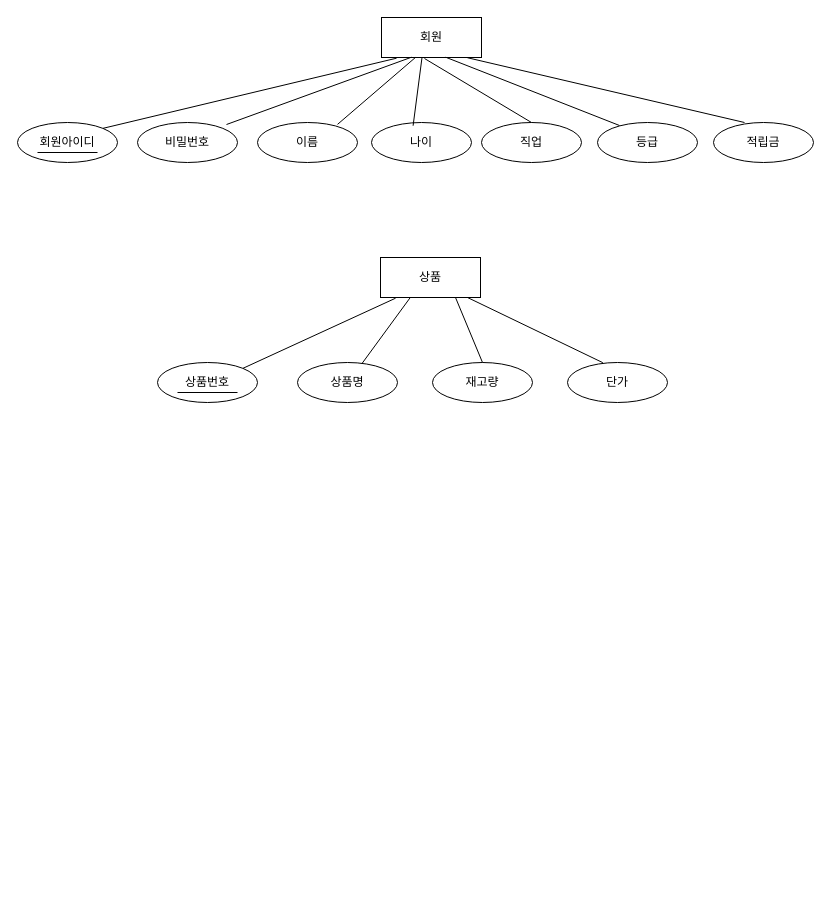
This is 10주차_ER Diagram/DB_1029.drawio from psy0635-ctrl/DB_2026-2, a draw.io file, before an edit. Source tidied: cells renumbered, new cells numbered last; positions are measured from the earlier drawing's top-left corner, leaving out a move shared by most shapes. Both pictures are drawn from the tidied source at 100%, with x=0, y=0 at pixel (17, 17).
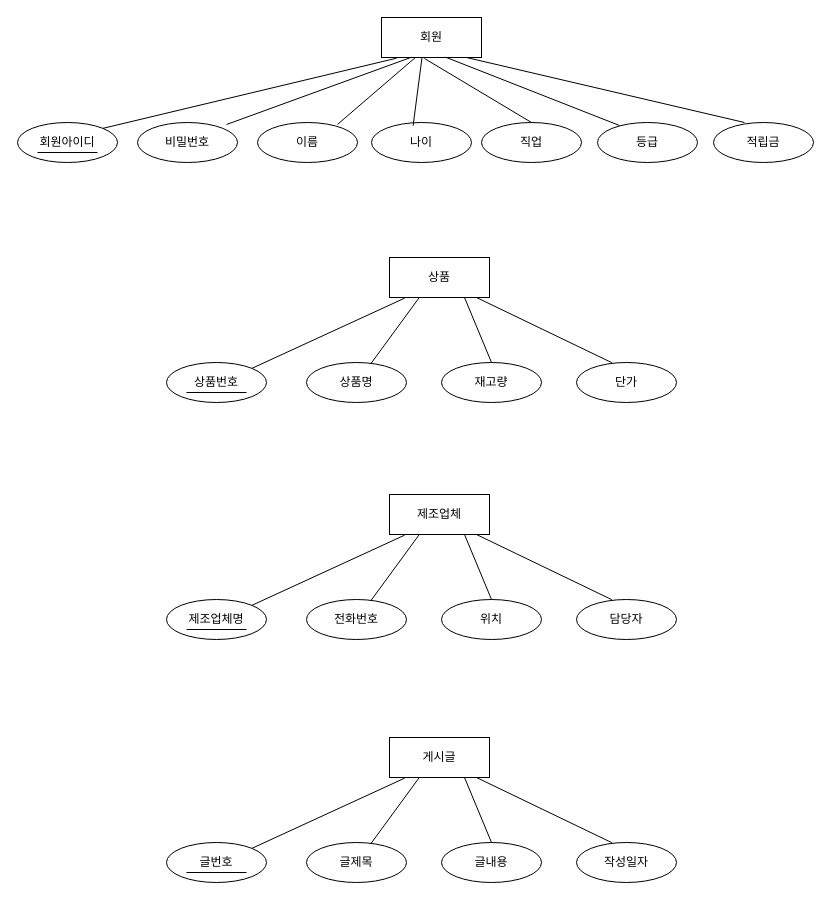
Above is the later version.

The change refers to these unchanged cells:
```xml
<mxCell id="3" value="회원" style="whiteSpace=wrap;html=1;align=center;" parent="1" vertex="1">
  <mxGeometry x="364" width="100" height="40" as="geometry" />
</mxCell>
<mxCell id="6" value="나이" style="ellipse;whiteSpace=wrap;html=1;align=center;" parent="1" vertex="1">
  <mxGeometry x="354" y="105" width="100" height="40" as="geometry" />
</mxCell>
```

The edit, as a diff of the source:
```diff
@@
-    <mxCell id="9" style="endArrow=none;html=1;rounded=0;fontFamily=Helvetica;fontSize=12;fontColor=default;defaultLabelBackgroundColor=page;exitX=0.416;exitY=0.081;exitDx=0;exitDy=0;exitPerimeter=0;" parent="1" edge="1" source="6">
-      <mxGeometry relative="1" as="geometry">
-        <mxPoint x="404.5" y="40" as="targetPoint" />
-      </mxGeometry>
-    </mxCell>
-    <mxCell id="10" style="endArrow=none;html=1;rounded=0;fontFamily=Helvetica;fontSize=12;fontColor=default;defaultLabelBackgroundColor=page;entryX=0.25;entryY=1;entryDx=0;entryDy=0;" parent="1" edge="1">
-      <mxGeometry relative="1" as="geometry">
-        <mxPoint x="320" y="106.9" as="sourcePoint" />
-        <mxPoint x="397.9" y="40" as="targetPoint" />
-      </mxGeometry>
-    </mxCell>
-    <mxCell id="11" style="endArrow=none;html=1;rounded=0;fontFamily=Helvetica;fontSize=12;fontColor=default;defaultLabelBackgroundColor=page;exitX=0.74;exitY=0.051;exitDx=0;exitDy=0;exitPerimeter=0;entryX=0.3;entryY=0.993;entryDx=0;entryDy=0;entryPerimeter=0;" parent="1" edge="1" target="3">
-      <mxGeometry relative="1" as="geometry">
-        <mxPoint x="209" y="107" as="sourcePoint" />
-      </mxGeometry>
-    </mxCell>
+    <mxCell id="28" style="endArrow=none;html=1;rounded=0;fontFamily=Helvetica;fontSize=12;fontColor=default;defaultLabelBackgroundColor=page;exitX=0.416;exitY=0.081;exitDx=0;exitDy=0;exitPerimeter=0;" parent="1" edge="1" source="6">
+      <mxGeometry relative="1" as="geometry">
+        <mxPoint x="404.5" y="40" as="targetPoint" />
+      </mxGeometry>
+    </mxCell>
+    <mxCell id="29" style="endArrow=none;html=1;rounded=0;fontFamily=Helvetica;fontSize=12;fontColor=default;defaultLabelBackgroundColor=page;entryX=0.25;entryY=1;entryDx=0;entryDy=0;" parent="1" edge="1">
+      <mxGeometry relative="1" as="geometry">
+        <mxPoint x="320" y="106.9" as="sourcePoint" />
+        <mxPoint x="397.9" y="40" as="targetPoint" />
+      </mxGeometry>
+    </mxCell>
+    <mxCell id="30" style="endArrow=none;html=1;rounded=0;fontFamily=Helvetica;fontSize=12;fontColor=default;defaultLabelBackgroundColor=page;exitX=0.74;exitY=0.051;exitDx=0;exitDy=0;exitPerimeter=0;entryX=0.3;entryY=0.993;entryDx=0;entryDy=0;entryPerimeter=0;" parent="1" edge="1" target="3">
+      <mxGeometry relative="1" as="geometry">
+        <mxPoint x="209" y="107" as="sourcePoint" />
+      </mxGeometry>
+    </mxCell>
@@
     <mxCell id="18" value="상품번호" style="ellipse;whiteSpace=wrap;html=1;align=center;" parent="1" vertex="1">
-      <mxGeometry x="140" y="345" width="100" height="40" as="geometry" />
+      <mxGeometry x="149" y="345" width="100" height="40" as="geometry" />
     </mxCell>
     <mxCell id="19" value="상품" style="whiteSpace=wrap;html=1;align=center;" parent="1" vertex="1">
-      <mxGeometry x="363" y="240" width="100" height="40" as="geometry" />
+      <mxGeometry x="372" y="240" width="100" height="40" as="geometry" />
     </mxCell>
     <mxCell id="20" value="재고량" style="ellipse;whiteSpace=wrap;html=1;align=center;" parent="1" vertex="1">
-      <mxGeometry x="415" y="345" width="100" height="40" as="geometry" />
+      <mxGeometry x="424" y="345" width="100" height="40" as="geometry" />
     </mxCell>
     <mxCell id="21" value="상품명" style="ellipse;whiteSpace=wrap;html=1;align=center;" parent="1" vertex="1">
-      <mxGeometry x="280" y="345" width="100" height="40" as="geometry" />
+      <mxGeometry x="289" y="345" width="100" height="40" as="geometry" />
     </mxCell>
     <mxCell id="22" value="단가" style="ellipse;whiteSpace=wrap;html=1;align=center;" parent="1" vertex="1">
-      <mxGeometry x="550" y="345" width="100" height="40" as="geometry" />
+      <mxGeometry x="559" y="345" width="100" height="40" as="geometry" />
     </mxCell>
-    <mxCell id="23" style="line;strokeWidth=1;dashed=0;labelPosition=right;align=left;verticalAlign=middle;spacingTop=0;spacingLeft=6;labelPerimeter=1;" parent="1" vertex="1">
-      <mxGeometry x="160" y="370" width="60" height="10" as="geometry" />
-    </mxCell>
+    <mxCell id="31" style="line;strokeWidth=1;dashed=0;labelPosition=right;align=left;verticalAlign=middle;spacingTop=0;spacingLeft=6;labelPerimeter=1;" parent="1" vertex="1">
+      <mxGeometry x="169" y="370" width="60" height="10" as="geometry" />
+    </mxCell>
@@
+    <mxCell id="32" value="제조업체명" style="ellipse;whiteSpace=wrap;html=1;align=center;" parent="1" vertex="1">
+      <mxGeometry x="149" y="582" width="100" height="40" as="geometry" />
+    </mxCell>
+    <mxCell id="33" value="제조업체" style="whiteSpace=wrap;html=1;align=center;" parent="1" vertex="1">
+      <mxGeometry x="372" y="477" width="100" height="40" as="geometry" />
+    </mxCell>
+    <mxCell id="34" value="위치" style="ellipse;whiteSpace=wrap;html=1;align=center;" parent="1" vertex="1">
+      <mxGeometry x="424" y="582" width="100" height="40" as="geometry" />
+    </mxCell>
+    <mxCell id="35" value="전화번호" style="ellipse;whiteSpace=wrap;html=1;align=center;" parent="1" vertex="1">
+      <mxGeometry x="289" y="582" width="100" height="40" as="geometry" />
+    </mxCell>
+    <mxCell id="36" value="담당자" style="ellipse;whiteSpace=wrap;html=1;align=center;" parent="1" vertex="1">
+      <mxGeometry x="559" y="582" width="100" height="40" as="geometry" />
+    </mxCell>
+    <mxCell id="37" style="line;strokeWidth=1;dashed=0;labelPosition=right;align=left;verticalAlign=middle;spacingTop=0;spacingLeft=6;labelPerimeter=1;" parent="1" vertex="1">
+      <mxGeometry x="169" y="607" width="60" height="10" as="geometry" />
+    </mxCell>
+    <mxCell id="38" style="endArrow=none;html=1;rounded=0;fontFamily=Helvetica;fontSize=12;fontColor=default;defaultLabelBackgroundColor=page;exitX=1;exitY=0;exitDx=0;exitDy=0;entryX=0.151;entryY=1.017;entryDx=0;entryDy=0;entryPerimeter=0;" parent="1" edge="1" source="32" target="33">
+      <mxGeometry relative="1" as="geometry" />
+    </mxCell>
+    <mxCell id="39" style="endArrow=none;html=1;rounded=0;fontFamily=Helvetica;fontSize=12;fontColor=default;defaultLabelBackgroundColor=page;exitX=0.353;exitY=0.004;exitDx=0;exitDy=0;exitPerimeter=0;entryX=0.87;entryY=1;entryDx=0;entryDy=0;entryPerimeter=0;" parent="1" edge="1" source="36" target="33">
+      <mxGeometry relative="1" as="geometry" />
+    </mxCell>
+    <mxCell id="40" style="endArrow=none;html=1;rounded=0;fontFamily=Helvetica;fontSize=12;fontColor=default;defaultLabelBackgroundColor=page;entryX=0.75;entryY=1;entryDx=0;entryDy=0;exitX=0.5;exitY=0;exitDx=0;exitDy=0;" parent="1" edge="1" source="34" target="33">
+      <mxGeometry relative="1" as="geometry" />
+    </mxCell>
+    <mxCell id="41" style="endArrow=none;html=1;rounded=0;fontFamily=Helvetica;fontSize=12;fontColor=default;defaultLabelBackgroundColor=page;exitX=0.645;exitY=0.025;exitDx=0;exitDy=0;exitPerimeter=0;entryX=0.3;entryY=0.993;entryDx=0;entryDy=0;entryPerimeter=0;" parent="1" edge="1" source="35" target="33">
+      <mxGeometry relative="1" as="geometry" />
+    </mxCell>
+    <mxCell id="42" value="글번호" style="ellipse;whiteSpace=wrap;html=1;align=center;" parent="1" vertex="1">
+      <mxGeometry x="149" y="825" width="100" height="40" as="geometry" />
+    </mxCell>
+    <mxCell id="43" value="게시글" style="whiteSpace=wrap;html=1;align=center;" parent="1" vertex="1">
+      <mxGeometry x="372" y="720" width="100" height="40" as="geometry" />
+    </mxCell>
+    <mxCell id="44" value="글내용" style="ellipse;whiteSpace=wrap;html=1;align=center;" parent="1" vertex="1">
+      <mxGeometry x="424" y="825" width="100" height="40" as="geometry" />
+    </mxCell>
+    <mxCell id="45" value="글제목" style="ellipse;whiteSpace=wrap;html=1;align=center;" parent="1" vertex="1">
+      <mxGeometry x="289" y="825" width="100" height="40" as="geometry" />
+    </mxCell>
+    <mxCell id="46" value="작성일자" style="ellipse;whiteSpace=wrap;html=1;align=center;" parent="1" vertex="1">
+      <mxGeometry x="559" y="825" width="100" height="40" as="geometry" />
+    </mxCell>
+    <mxCell id="47" style="line;strokeWidth=1;dashed=0;labelPosition=right;align=left;verticalAlign=middle;spacingTop=0;spacingLeft=6;labelPerimeter=1;" parent="1" vertex="1">
+      <mxGeometry x="169" y="850" width="60" height="10" as="geometry" />
+    </mxCell>
+    <mxCell id="48" style="endArrow=none;html=1;rounded=0;fontFamily=Helvetica;fontSize=12;fontColor=default;defaultLabelBackgroundColor=page;exitX=1;exitY=0;exitDx=0;exitDy=0;entryX=0.151;entryY=1.017;entryDx=0;entryDy=0;entryPerimeter=0;" parent="1" edge="1" source="42" target="43">
+      <mxGeometry relative="1" as="geometry" />
+    </mxCell>
+    <mxCell id="49" style="endArrow=none;html=1;rounded=0;fontFamily=Helvetica;fontSize=12;fontColor=default;defaultLabelBackgroundColor=page;exitX=0.353;exitY=0.004;exitDx=0;exitDy=0;exitPerimeter=0;entryX=0.87;entryY=1;entryDx=0;entryDy=0;entryPerimeter=0;" parent="1" edge="1" source="46" target="43">
+      <mxGeometry relative="1" as="geometry" />
+    </mxCell>
+    <mxCell id="50" style="endArrow=none;html=1;rounded=0;fontFamily=Helvetica;fontSize=12;fontColor=default;defaultLabelBackgroundColor=page;entryX=0.75;entryY=1;entryDx=0;entryDy=0;exitX=0.5;exitY=0;exitDx=0;exitDy=0;" parent="1" edge="1" source="44" target="43">
+      <mxGeometry relative="1" as="geometry" />
+    </mxCell>
+    <mxCell id="51" style="endArrow=none;html=1;rounded=0;fontFamily=Helvetica;fontSize=12;fontColor=default;defaultLabelBackgroundColor=page;exitX=0.645;exitY=0.025;exitDx=0;exitDy=0;exitPerimeter=0;entryX=0.3;entryY=0.993;entryDx=0;entryDy=0;entryPerimeter=0;" parent="1" edge="1" source="45" target="43">
+      <mxGeometry relative="1" as="geometry" />
+    </mxCell>
```
